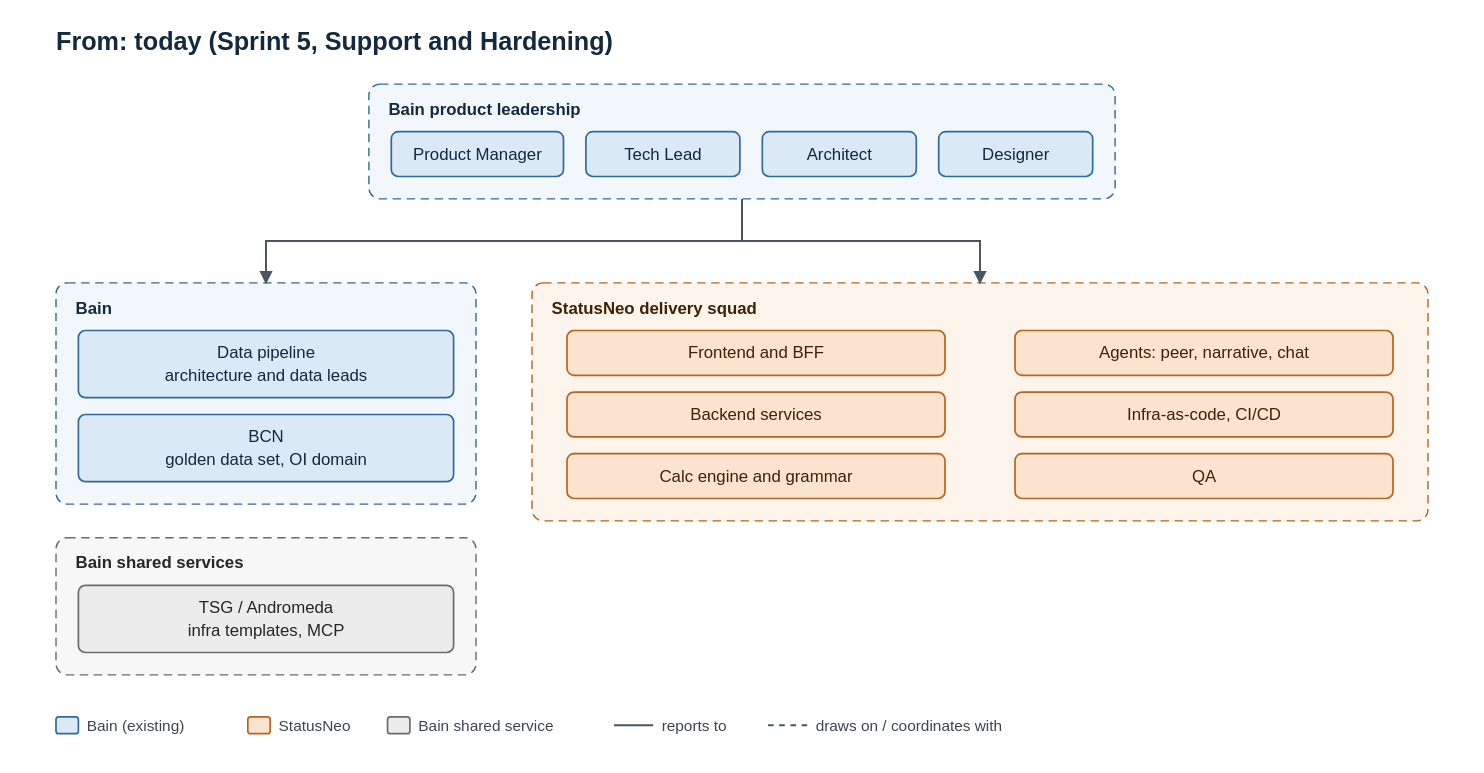
Earlier version of the draw.io export context/post-gls-team-structure/diagrams/01-today.drawio.svg (deanwang-bain/OC-TL). Source tidied: cells renumbered, new cells last; positions are measured from the earlier drawing's top-left corner, leaving out a move shared by most shapes.
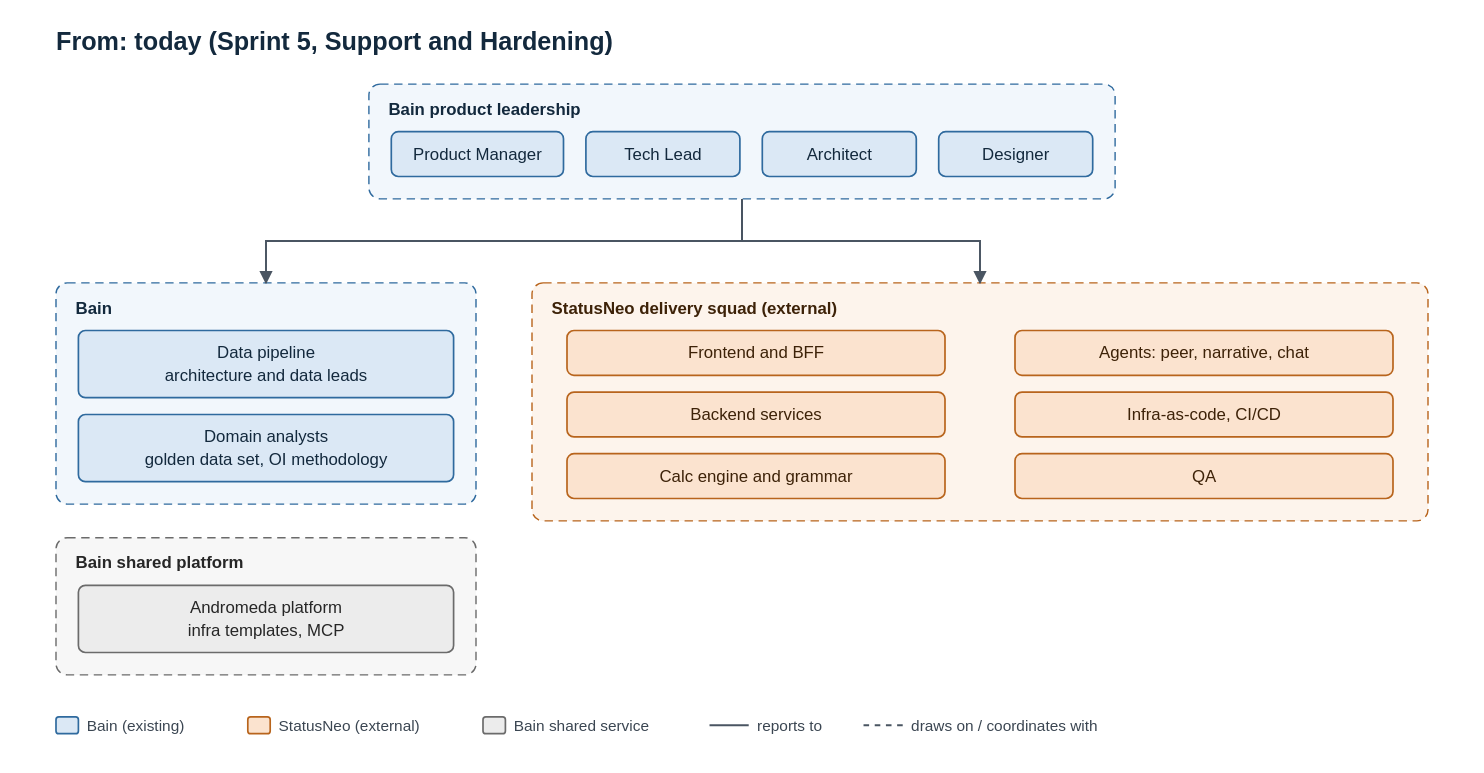
After the commit.

Diff of the diagram source:
```diff
@@ -11,10 +11,10 @@
     <mxCell id="4" value="Bain" style="rounded=1;arcSize=4;whiteSpace=wrap;html=1;dashed=1;fillColor=#f2f7fc;strokeColor=#2f6a9e;fontColor=#13293d;fontStyle=1;align=left;verticalAlign=top;spacingLeft=10;spacingTop=4;" parent="1" vertex="1">
       <mxGeometry y="184" width="300" height="158" as="geometry" />
     </mxCell>
-    <mxCell id="5" value="Bain shared services" style="rounded=1;arcSize=4;whiteSpace=wrap;html=1;dashed=1;fillColor=#f7f7f7;strokeColor=#6b6b6b;fontColor=#262626;fontStyle=1;align=left;verticalAlign=top;spacingLeft=10;spacingTop=4;" parent="1" vertex="1">
-      <mxGeometry y="366" width="300" height="98" as="geometry" />
-    </mxCell>
+    <mxCell id="28" value="Bain shared platform" style="rounded=1;arcSize=4;whiteSpace=wrap;html=1;dashed=1;fillColor=#f7f7f7;strokeColor=#6b6b6b;fontColor=#262626;fontStyle=1;align=left;verticalAlign=top;spacingLeft=10;spacingTop=4;" parent="1" vertex="1">
+      <mxGeometry y="366" width="300" height="98" as="geometry" />
+    </mxCell>
-    <mxCell id="6" value="StatusNeo delivery squad" style="rounded=1;arcSize=4;whiteSpace=wrap;html=1;dashed=1;fillColor=#fdf4ec;strokeColor=#b8641c;fontColor=#3d2208;fontStyle=1;align=left;verticalAlign=top;spacingLeft=10;spacingTop=4;" parent="1" vertex="1">
+    <mxCell id="6" value="StatusNeo delivery squad (external)" style="rounded=1;arcSize=4;whiteSpace=wrap;html=1;dashed=1;fillColor=#fdf4ec;strokeColor=#b8641c;fontColor=#3d2208;fontStyle=1;align=left;verticalAlign=top;spacingLeft=10;spacingTop=4;" parent="1" vertex="1">
       <mxGeometry x="340" y="184" width="640" height="170" as="geometry" />
     </mxCell>
     <mxCell id="7" value="Product Manager" style="rounded=1;whiteSpace=wrap;html=1;fillColor=#dbe8f5;strokeColor=#2f6a9e;fontColor=#13293d;fontSize=12;" parent="1" vertex="1">
@@ -32,12 +32,12 @@
     <mxCell id="11" value="Data pipeline&lt;br&gt;architecture and data leads" style="rounded=1;whiteSpace=wrap;html=1;fillColor=#dbe8f5;strokeColor=#2f6a9e;fontColor=#13293d;fontSize=12;" parent="1" vertex="1">
       <mxGeometry x="16" y="218" width="268" height="48" as="geometry" />
     </mxCell>
-    <mxCell id="12" value="BCN&lt;br&gt;golden data set, OI domain" style="rounded=1;whiteSpace=wrap;html=1;fillColor=#dbe8f5;strokeColor=#2f6a9e;fontColor=#13293d;fontSize=12;" parent="1" vertex="1">
-      <mxGeometry x="16" y="278" width="268" height="48" as="geometry" />
-    </mxCell>
-    <mxCell id="13" value="TSG / Andromeda&lt;br&gt;infra templates, MCP" style="rounded=1;whiteSpace=wrap;html=1;fillColor=#ececec;strokeColor=#6b6b6b;fontColor=#262626;fontSize=12;" parent="1" vertex="1">
-      <mxGeometry x="16" y="400" width="268" height="48" as="geometry" />
-    </mxCell>
+    <mxCell id="29" value="Domain analysts&lt;br&gt;golden data set, OI methodology" style="rounded=1;whiteSpace=wrap;html=1;fillColor=#dbe8f5;strokeColor=#2f6a9e;fontColor=#13293d;fontSize=12;" parent="1" vertex="1">
+      <mxGeometry x="16" y="278" width="268" height="48" as="geometry" />
+    </mxCell>
+    <mxCell id="30" value="Andromeda platform&lt;br&gt;infra templates, MCP" style="rounded=1;whiteSpace=wrap;html=1;fillColor=#ececec;strokeColor=#6b6b6b;fontColor=#262626;fontSize=12;" parent="1" vertex="1">
+      <mxGeometry x="16" y="400" width="268" height="48" as="geometry" />
+    </mxCell>
     <mxCell id="14" value="Frontend and BFF" style="rounded=1;whiteSpace=wrap;html=1;fillColor=#fbe3cf;strokeColor=#b8641c;fontColor=#3d2208;fontSize=12;" parent="1" vertex="1">
       <mxGeometry x="365" y="218" width="270" height="32" as="geometry" />
     </mxCell>
@@ -71,14 +71,14 @@
     <mxCell id="24" style="rounded=1;fillColor=#fbe3cf;strokeColor=#b8641c;" parent="1" vertex="1">
       <mxGeometry x="137" y="494" width="16" height="12" as="geometry" />
     </mxCell>
-    <mxCell id="25" value="StatusNeo" style="text;html=1;align=left;verticalAlign=middle;fontSize=11;fontColor=#3b4652;" parent="1" vertex="1">
-      <mxGeometry x="157" y="490" width="65.8" height="20" as="geometry" />
+    <mxCell id="25" value="StatusNeo (external)" style="text;html=1;align=left;verticalAlign=middle;fontSize=11;fontColor=#3b4652;" parent="1" vertex="1">
+      <mxGeometry x="157" y="490" width="134" height="20" as="geometry" />
     </mxCell>
-    <mxCell id="26" style="rounded=1;fillColor=#ececec;strokeColor=#6b6b6b;" parent="1" vertex="1">
-      <mxGeometry x="236.8" y="494" width="16" height="12" as="geometry" />
-    </mxCell>
+    <mxCell id="31" style="rounded=1;fillColor=#ececec;strokeColor=#6b6b6b;" parent="1" vertex="1">
+      <mxGeometry x="305" y="494" width="16" height="12" as="geometry" />
+    </mxCell>
     <mxCell id="27" value="Bain shared service" style="text;html=1;align=left;verticalAlign=middle;fontSize=11;fontColor=#3b4652;" parent="1" vertex="1">
-      <mxGeometry x="256.8" y="490" width="127.8" height="20" as="geometry" />
+      <mxGeometry x="325" y="490" width="127.8" height="20" as="geometry" />
     </mxCell>
   </root>
 </mxGraphModel>
```
